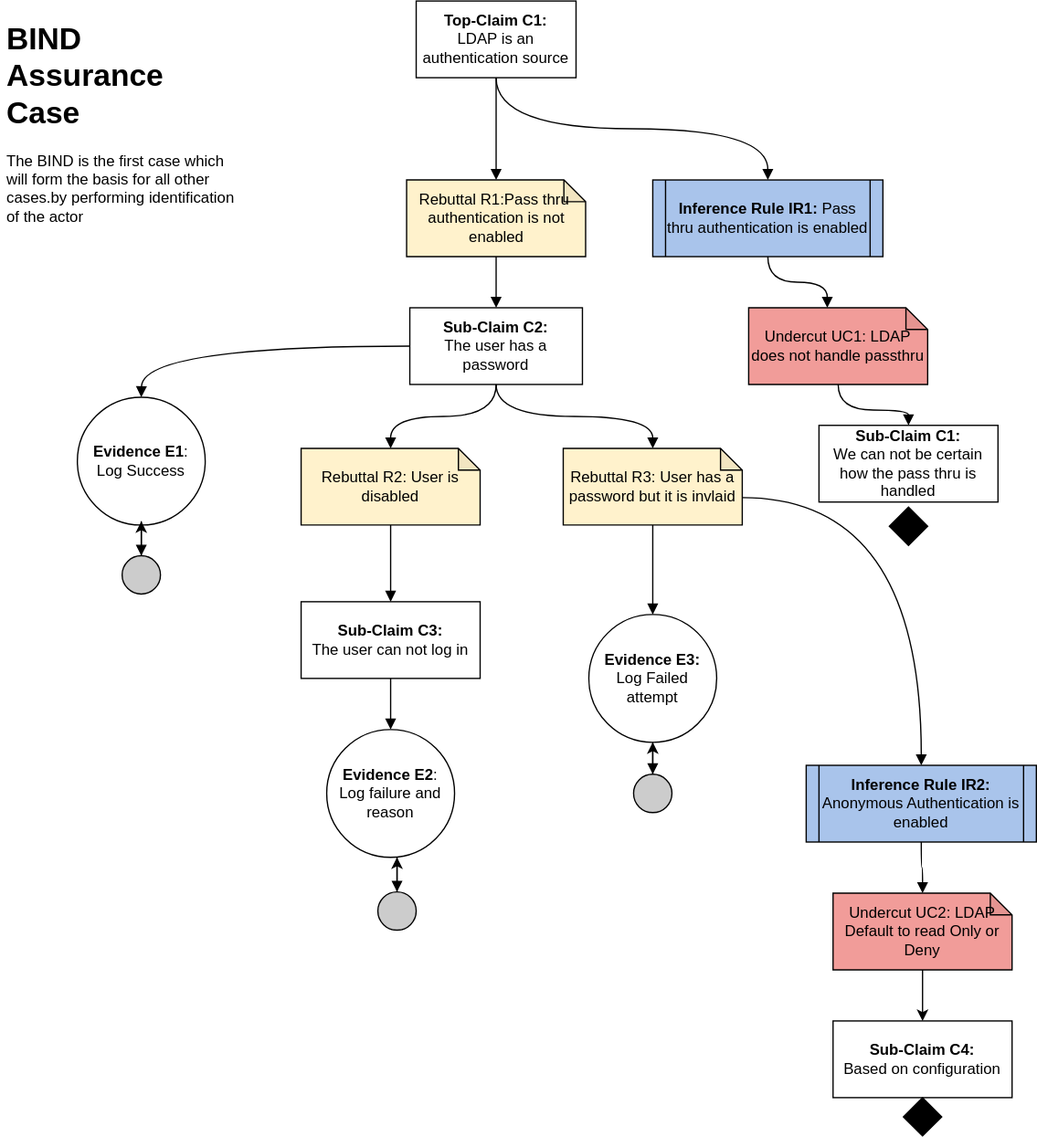
Above: images/BIND Assurance Case.svg in bartelsjoshuac/SAPG (draw.io), before the change. Source tidied: cells renumbered, new cells last; positions are measured from the earlier drawing's top-left corner, leaving out a move shared by most shapes.
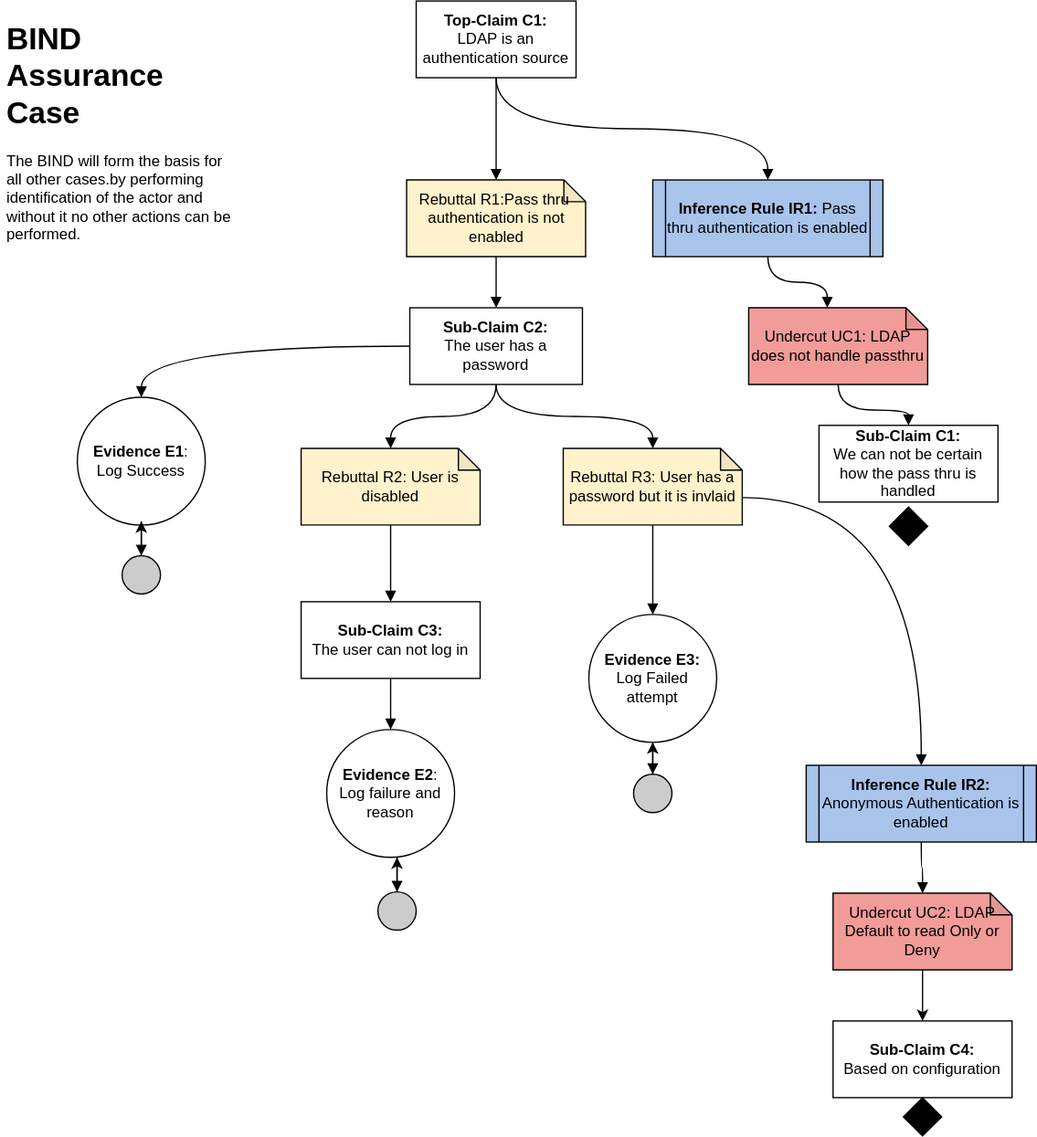
The same file after the commit.

Diff of the diagram source:
```diff
@@ -2,7 +2,7 @@
   <root>
     <mxCell id="0" />
     <mxCell id="1" parent="0" />
-    <mxCell id="2" value="&lt;h1&gt;BIND Assurance Case&lt;/h1&gt;&lt;p&gt;The BIND is the first case which will form the basis for all other cases.by performing identification of the actor&lt;/p&gt;" style="text;html=1;strokeColor=none;fillColor=none;spacing=5;spacingTop=-20;whiteSpace=wrap;overflow=hidden;rounded=0;" parent="1" vertex="1">
+    <mxCell id="2" value="&lt;h1&gt;BIND Assurance Case&lt;/h1&gt;&lt;p&gt;The BIND will form the basis for all other cases.by performing identification of the actor and without it no other actions can be performed.&lt;/p&gt;" style="text;html=1;strokeColor=none;fillColor=none;spacing=5;spacingTop=-20;whiteSpace=wrap;overflow=hidden;rounded=0;" parent="1" vertex="1">
       <mxGeometry y="10" width="190" height="270" as="geometry" />
     </mxCell>
     <mxCell id="3" style="edgeStyle=orthogonalEdgeStyle;rounded=0;jettySize=auto;html=1;endArrow=block;endFill=1;curved=1;" parent="1" edge="1" source="5" target="7">
```
